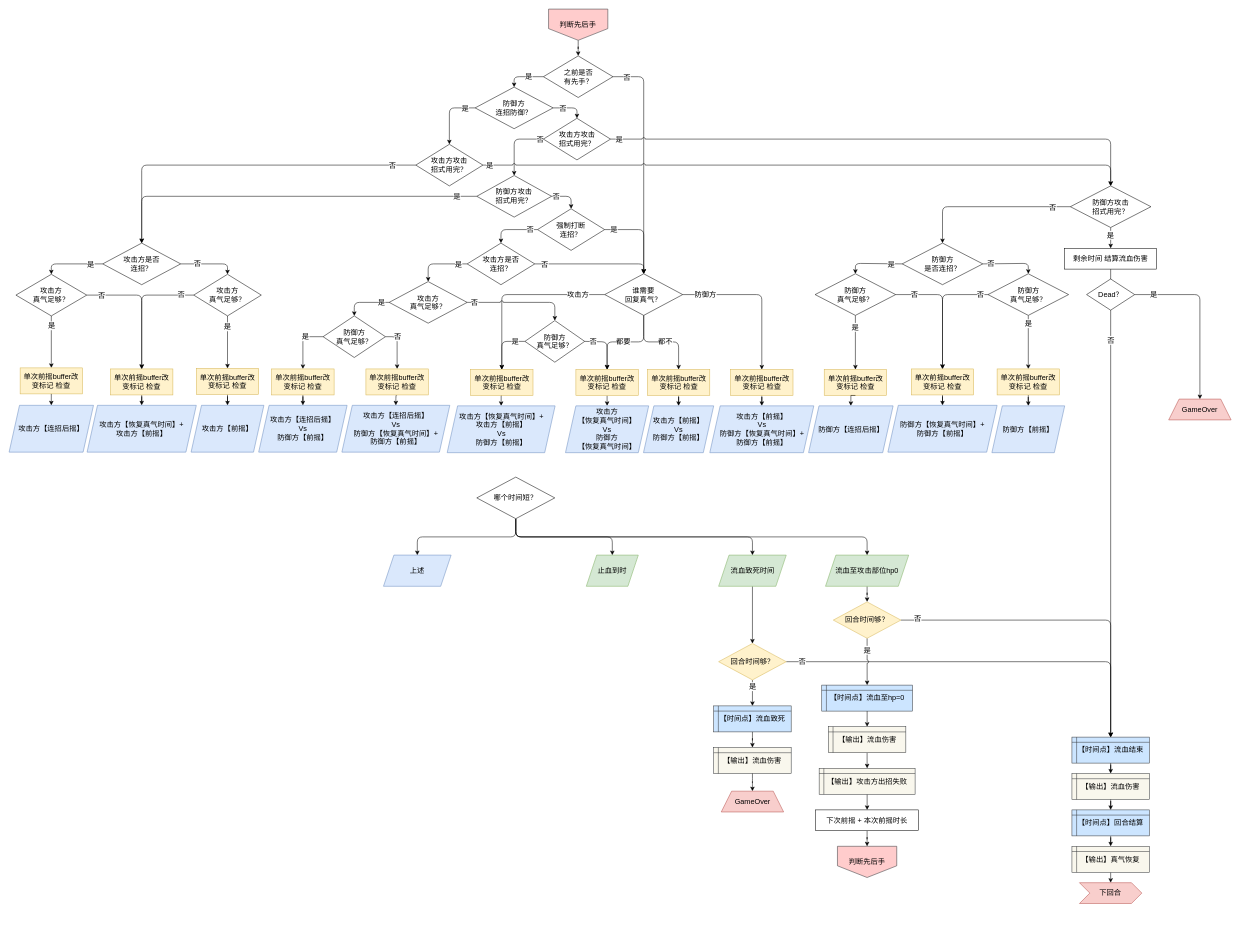
Before: plan/攻击流程.drawio in pealpool/kungfu, a draw.io diagram. Source tidied: cells renumbered, new cells numbered last; positions are measured from the earlier drawing's top-left corner, leaving out a move shared by most shapes. Both pictures are drawn from the tidied source at 52%, with x=0, y=0 at pixel (9, 9).
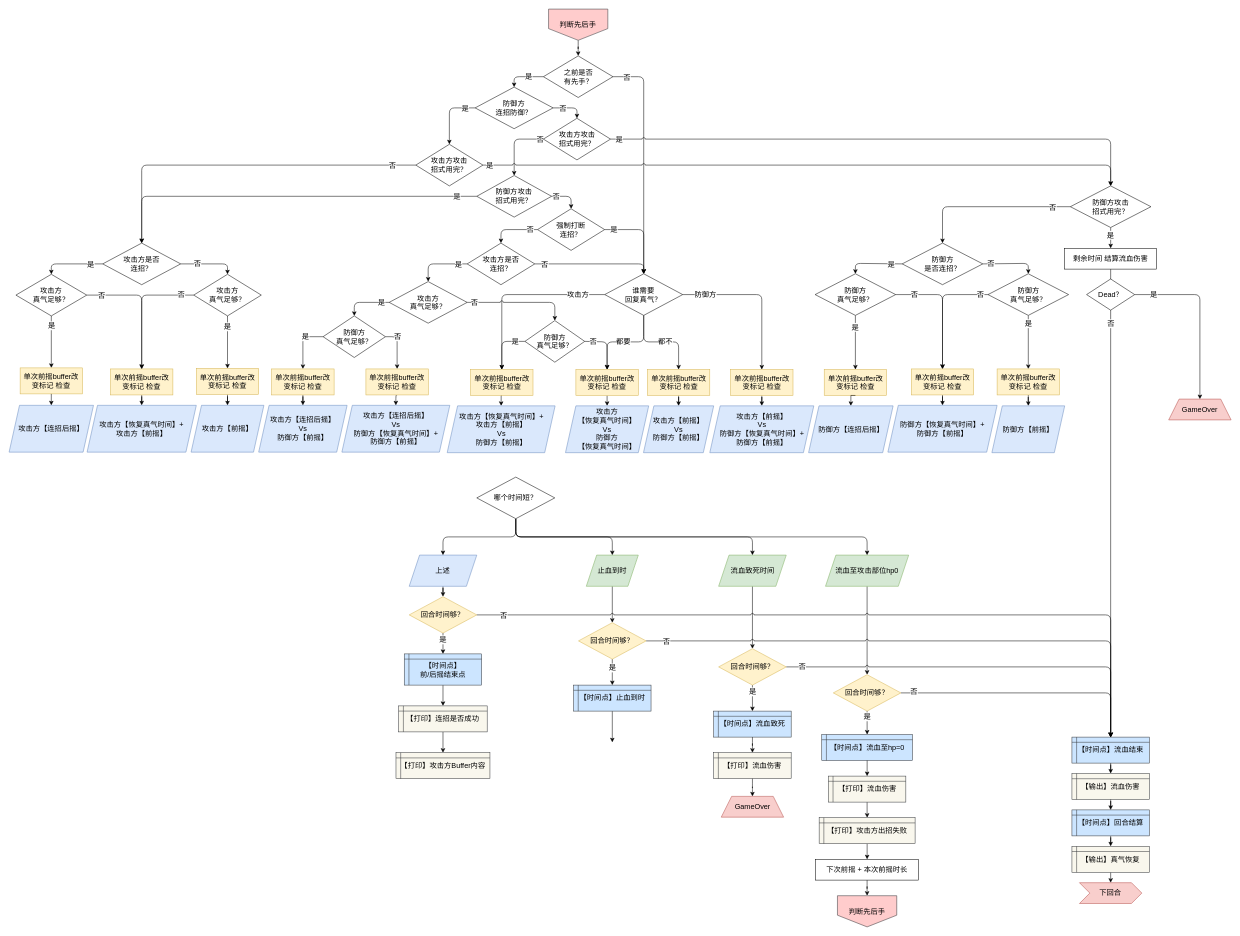
Above is the later version.

Unchanged cells that the change refers to:
```xml
<mxCell id="47" value="Dead？" style="rhombus;whiteSpace=wrap;html=1;fontSize=14;fontFamily=新宋体;" parent="1" vertex="1">
  <mxGeometry x="2072.1" y="519" width="92.5" height="60" as="geometry" />
</mxCell>
<mxCell id="133" value="止血到时" style="shape=parallelogram;perimeter=parallelogramPerimeter;whiteSpace=wrap;html=1;fixedSize=1;fontFamily=新宋体;fontSize=14;fillColor=#d5e8d4;strokeColor=#82b366;" parent="1" vertex="1">
  <mxGeometry x="1110" y="1050" width="100" height="60" as="geometry" />
</mxCell>
<mxCell id="160" value="【时间点】流血结束" style="shape=internalStorage;whiteSpace=wrap;html=1;backgroundOutline=1;fontFamily=新宋体;fontSize=14;dx=9;dy=10;fillColor=#cce5ff;strokeColor=#36393d;" parent="154" vertex="1">
  <mxGeometry width="149" height="50" as="geometry" />
</mxCell>
```

The edit, as a diff of the source:
```diff
@@
+    <mxCell id="175" style="edgeStyle=orthogonalEdgeStyle;rounded=0;jettySize=auto;html=1;fontFamily=新宋体;fontSize=14;" parent="1" edge="1" source="133" target="180">
+      <mxGeometry relative="1" as="geometry" />
+    </mxCell>
@@
+    <mxCell id="176" style="edgeStyle=orthogonalEdgeStyle;rounded=1;jumpStyle=arc;jettySize=auto;html=1;fontFamily=Helvetica;fontSize=14;" parent="1" edge="1" source="134" target="183">
+      <mxGeometry relative="1" as="geometry" />
+    </mxCell>
     <mxCell id="134" value="&lt;span style=&quot;font-size: 14px&quot;&gt;上述&lt;/span&gt;" style="shape=parallelogram;perimeter=parallelogramPerimeter;whiteSpace=wrap;html=1;fixedSize=1;fontFamily=新宋体;fontSize=14;fillColor=#dae8fc;strokeColor=#6c8ebf;" parent="1" vertex="1">
-      <mxGeometry x="720" y="1050" width="130" height="60" as="geometry" />
+      <mxGeometry x="769.4" y="1050" width="130" height="60" as="geometry" />
     </mxCell>
@@
     <mxCell id="140" value="否" style="edgeStyle=orthogonalEdgeStyle;rounded=1;jumpStyle=arc;jettySize=auto;html=1;fontFamily=新宋体;fontSize=14;entryX=0.5;entryY=0;entryDx=0;entryDy=0;exitX=1;exitY=0.5;exitDx=0;exitDy=0;" parent="1" edge="1" source="142" target="160">
       <mxGeometry x="-0.96" y="15" relative="1" as="geometry">
         <Array as="points">
-          <mxPoint x="2118" y="1255" />
+          <mxPoint x="2118" y="1265" />
         </Array>
         <mxPoint x="15" y="15" as="offset" />
       </mxGeometry>
     </mxCell>
@@
     <mxCell id="142" value="&lt;div style=&quot;font-size: 14px&quot;&gt;回合时间够？&lt;/div&gt;" style="rhombus;whiteSpace=wrap;html=1;fontSize=14;fontFamily=新宋体;fillColor=#fff2cc;strokeColor=#d6b656;" parent="1" vertex="1">
-      <mxGeometry x="1364.5" y="1220" width="130" height="70" as="geometry" />
+      <mxGeometry x="1364.5" y="1230" width="130" height="70" as="geometry" />
     </mxCell>
-    <mxCell id="143" style="edgeStyle=orthogonalEdgeStyle;rounded=1;comic=0;jumpStyle=arc;jumpSize=9;jettySize=auto;html=1;fontSize=14;fontFamily=新宋体;entryX=0.5;entryY=0;entryDx=0;entryDy=0;" parent="1" edge="1" source="47" target="160">
-      <mxGeometry relative="1" as="geometry">
-        <Array as="points">
-          <mxPoint x="2118" y="549" />
-        </Array>
-      </mxGeometry>
+    <mxCell id="143" style="edgeStyle=orthogonalEdgeStyle;rounded=1;comic=0;jumpStyle=arc;jumpSize=9;jettySize=auto;html=1;fontSize=14;fontFamily=新宋体;entryX=0.5;entryY=0;entryDx=0;entryDy=0;exitX=0.5;exitY=1;exitDx=0;exitDy=0;" parent="1" edge="1" source="47" target="160">
+      <mxGeometry relative="1" as="geometry" />
     </mxCell>
     <mxCell id="144" value="否" style="edgeLabel;html=1;align=center;verticalAlign=middle;fontSize=14;fontFamily=新宋体;" parent="143" vertex="1">
       <mxGeometry x="-0.65" y="-3" relative="1" as="geometry">
-        <mxPoint x="3" y="-86" as="offset" />
+        <mxPoint x="3.4" y="-118.8" as="offset" />
       </mxGeometry>
     </mxCell>
-    <mxCell id="145" value="【输出】流血伤害" style="shape=internalStorage;whiteSpace=wrap;html=1;backgroundOutline=1;fontFamily=新宋体;fontSize=14;dx=9;dy=10;fillColor=#f9f7ed;strokeColor=#36393d;" parent="1" vertex="1">
-      <mxGeometry x="1355" y="1420" width="149" height="50" as="geometry" />
+    <mxCell id="145" value="【打印】流血伤害" style="shape=internalStorage;whiteSpace=wrap;html=1;backgroundOutline=1;fontFamily=新宋体;fontSize=14;dx=9;dy=10;fillColor=#f9f7ed;strokeColor=#36393d;" parent="1" vertex="1">
+      <mxGeometry x="1355" y="1430" width="149" height="50" as="geometry" />
     </mxCell>
     <mxCell id="146" value="【时间点】流血致死" style="shape=internalStorage;whiteSpace=wrap;html=1;backgroundOutline=1;fontFamily=新宋体;fontSize=14;dx=9;dy=10;fillColor=#cce5ff;strokeColor=#36393d;" parent="1" vertex="1">
-      <mxGeometry x="1355" y="1340" width="149" height="50" as="geometry" />
+      <mxGeometry x="1355" y="1350" width="149" height="50" as="geometry" />
     </mxCell>
@@
     <mxCell id="149" value="GameOver" style="shape=trapezoid;perimeter=trapezoidPerimeter;whiteSpace=wrap;html=1;fixedSize=1;fillColor=#f8cecc;strokeColor=#b85450;fontFamily=新宋体;fontSize=14;" parent="1" vertex="1">
-      <mxGeometry x="1369.5" y="1504" width="120" height="40" as="geometry" />
+      <mxGeometry x="1369.5" y="1514" width="120" height="40" as="geometry" />
     </mxCell>
@@
     <mxCell id="153" value="&lt;div style=&quot;font-size: 14px&quot;&gt;回合时间够？&lt;/div&gt;" style="rhombus;whiteSpace=wrap;html=1;fontSize=14;fontFamily=新宋体;fillColor=#fff2cc;strokeColor=#d6b656;" parent="1" vertex="1">
-      <mxGeometry x="1585" y="1140" width="130" height="70" as="geometry" />
+      <mxGeometry x="1585" y="1280" width="130" height="70" as="geometry" />
     </mxCell>
-    <mxCell id="154" style="group;" parent="1" vertex="1">
+    <mxCell id="154" style="group;fontFamily=新宋体;fontSize=14;" parent="1" vertex="1">
       <mxGeometry x="2043.9" y="1400" width="149" height="320" as="geometry" />
     </mxCell>
@@
-    <mxCell id="165" value="【输出】流血伤害" style="shape=internalStorage;whiteSpace=wrap;html=1;backgroundOutline=1;fontFamily=新宋体;fontSize=14;dx=9;dy=10;fillColor=#f9f7ed;strokeColor=#36393d;" parent="1" vertex="1">
-      <mxGeometry x="1575.5" y="1380" width="149" height="50" as="geometry" />
+    <mxCell id="165" value="【打印】流血伤害" style="shape=internalStorage;whiteSpace=wrap;html=1;backgroundOutline=1;fontFamily=新宋体;fontSize=14;dx=9;dy=10;fillColor=#f9f7ed;strokeColor=#36393d;" parent="1" vertex="1">
+      <mxGeometry x="1575.5" y="1475" width="149" height="50" as="geometry" />
     </mxCell>
     <mxCell id="166" value="【时间点】流血至hp=0" style="shape=internalStorage;whiteSpace=wrap;html=1;backgroundOutline=1;fontFamily=新宋体;fontSize=14;dx=9;dy=10;fillColor=#cce5ff;strokeColor=#36393d;" parent="1" vertex="1">
-      <mxGeometry x="1562.8" y="1300" width="174.5" height="50" as="geometry" />
+      <mxGeometry x="1562.8" y="1395" width="174.5" height="50" as="geometry" />
     </mxCell>
@@
-    <mxCell id="169" value="【输出】攻击方出招失败" style="shape=internalStorage;whiteSpace=wrap;html=1;backgroundOutline=1;fontFamily=新宋体;fontSize=14;dx=9;dy=10;fillColor=#f9f7ed;strokeColor=#36393d;" parent="1" vertex="1">
-      <mxGeometry x="1557.8" y="1460" width="184.5" height="50" as="geometry" />
+    <mxCell id="169" value="【打印】攻击方出招失败" style="shape=internalStorage;whiteSpace=wrap;html=1;backgroundOutline=1;fontFamily=新宋体;fontSize=14;dx=9;dy=10;fillColor=#f9f7ed;strokeColor=#36393d;" parent="1" vertex="1">
+      <mxGeometry x="1557.8" y="1555" width="184.5" height="50" as="geometry" />
     </mxCell>
@@
     <mxCell id="171" value="下次前摇 + 本次前摇时长" style="whiteSpace=wrap;html=1;fontSize=14;fontFamily=新宋体;" parent="1" vertex="1">
-      <mxGeometry x="1550.8" y="1540" width="198.4" height="40" as="geometry" />
+      <mxGeometry x="1550.8" y="1635" width="198.4" height="40" as="geometry" />
     </mxCell>
@@
-    <mxCell id="173" value="&lt;span&gt;判断先后手&lt;/span&gt;" style="shape=offPageConnector;whiteSpace=wrap;html=1;fontFamily=新宋体;fontSize=14;fillColor=#ffcccc;strokeColor=#36393d;" parent="1" vertex="1">
+    <mxCell id="173" value="&lt;span style=&quot;font-size: 14px;&quot;&gt;判断先后手&lt;/span&gt;" style="shape=offPageConnector;whiteSpace=wrap;html=1;fontFamily=新宋体;fontSize=14;fillColor=#ffcccc;strokeColor=#36393d;" parent="1" vertex="1">
       <mxGeometry x="1037.4" width="114" height="60" as="geometry" />
     </mxCell>
-    <mxCell id="174" value="&lt;span&gt;判断先后手&lt;/span&gt;" style="shape=offPageConnector;whiteSpace=wrap;html=1;fontFamily=新宋体;fontSize=14;fillColor=#ffcccc;strokeColor=#36393d;" parent="1" vertex="1">
-      <mxGeometry x="1593" y="1610" width="114" height="60" as="geometry" />
+    <mxCell id="174" value="&lt;span style=&quot;font-size: 14px;&quot;&gt;判断先后手&lt;/span&gt;" style="shape=offPageConnector;whiteSpace=wrap;html=1;fontFamily=新宋体;fontSize=14;fillColor=#ffcccc;strokeColor=#36393d;" parent="1" vertex="1">
+      <mxGeometry x="1593" y="1705" width="114" height="60" as="geometry" />
     </mxCell>
+    <mxCell id="177" style="edgeStyle=orthogonalEdgeStyle;rounded=1;jettySize=auto;html=1;entryX=0.5;entryY=0;entryDx=0;entryDy=0;jumpStyle=arc;fontFamily=新宋体;fontSize=14;" parent="1" edge="1" source="180" target="160">
+      <mxGeometry relative="1" as="geometry" />
+    </mxCell>
+    <mxCell id="178" value="否" style="edgeLabel;html=1;align=center;verticalAlign=middle;fontFamily=新宋体;fontSize=14;" parent="177" vertex="1">
+      <mxGeometry x="-0.93" relative="1" as="geometry" />
+    </mxCell>
+    <mxCell id="179" value="是" style="edgeStyle=orthogonalEdgeStyle;rounded=1;jumpStyle=arc;jettySize=auto;html=1;fontSize=14;fontFamily=新宋体;" parent="1" edge="1" source="180" target="182">
+      <mxGeometry x="-0.33" relative="1" as="geometry" />
+    </mxCell>
+    <mxCell id="180" value="&lt;div style=&quot;font-size: 14px&quot;&gt;回合时间够？&lt;/div&gt;" style="rhombus;whiteSpace=wrap;html=1;fontSize=14;fontFamily=新宋体;fillColor=#fff2cc;strokeColor=#d6b656;" parent="1" vertex="1">
+      <mxGeometry x="1095" y="1180" width="130" height="70" as="geometry" />
+    </mxCell>
+    <mxCell id="181" style="edgeStyle=orthogonalEdgeStyle;rounded=1;jumpStyle=arc;jettySize=auto;html=1;fontFamily=Helvetica;fontSize=14;" parent="1" edge="1" source="182">
+      <mxGeometry relative="1" as="geometry">
+        <mxPoint x="1160" y="1410" as="targetPoint" />
+      </mxGeometry>
+    </mxCell>
+    <mxCell id="182" value="【时间点】止血到时" style="shape=internalStorage;whiteSpace=wrap;html=1;backgroundOutline=1;fontFamily=新宋体;fontSize=14;dx=9;dy=10;fillColor=#cce5ff;strokeColor=#36393d;" parent="1" vertex="1">
+      <mxGeometry x="1085.5" y="1300" width="149" height="50" as="geometry" />
+    </mxCell>
+    <mxCell id="183" value="&lt;div style=&quot;font-size: 14px&quot;&gt;回合时间够？&lt;/div&gt;" style="rhombus;whiteSpace=wrap;html=1;fontSize=14;fontFamily=新宋体;fillColor=#fff2cc;strokeColor=#d6b656;" parent="1" vertex="1">
+      <mxGeometry x="769.4" y="1130" width="130" height="70" as="geometry" />
+    </mxCell>
+    <mxCell id="184" style="edgeStyle=orthogonalEdgeStyle;rounded=1;jettySize=auto;html=1;entryX=0.5;entryY=0;entryDx=0;entryDy=0;jumpStyle=arc;fontFamily=新宋体;fontSize=14;" parent="1" edge="1" source="183" target="160">
+      <mxGeometry relative="1" as="geometry" />
+    </mxCell>
+    <mxCell id="185" value="否" style="edgeLabel;html=1;align=center;verticalAlign=middle;fontFamily=新宋体;fontSize=14;" parent="184" vertex="1">
+      <mxGeometry x="-0.93" relative="1" as="geometry" />
+    </mxCell>
+    <mxCell id="186" value="是" style="edgeStyle=orthogonalEdgeStyle;rounded=1;jumpStyle=arc;jettySize=auto;html=1;fontSize=14;fontFamily=新宋体;entryX=0.5;entryY=0;entryDx=0;entryDy=0;" parent="1" edge="1" source="183" target="188">
+      <mxGeometry x="-0.33" relative="1" as="geometry" />
+    </mxCell>
+    <mxCell id="187" style="edgeStyle=orthogonalEdgeStyle;rounded=1;jumpStyle=arc;jettySize=auto;html=1;fontFamily=Helvetica;fontSize=14;" parent="1" edge="1" source="188" target="190">
+      <mxGeometry relative="1" as="geometry" />
+    </mxCell>
+    <mxCell id="188" value="【时间点】&lt;br&gt;前/后摇结束点" style="shape=internalStorage;whiteSpace=wrap;html=1;backgroundOutline=1;fontFamily=新宋体;fontSize=14;dx=9;dy=10;fillColor=#cce5ff;strokeColor=#36393d;" parent="1" vertex="1">
+      <mxGeometry x="759.9" y="1240" width="149" height="60" as="geometry" />
+    </mxCell>
+    <mxCell id="189" style="edgeStyle=orthogonalEdgeStyle;rounded=1;jumpStyle=arc;jettySize=auto;html=1;fontFamily=Helvetica;fontSize=14;" parent="1" edge="1" source="190" target="191">
+      <mxGeometry relative="1" as="geometry" />
+    </mxCell>
+    <mxCell id="190" value="【打印】连招是否成功" style="shape=internalStorage;whiteSpace=wrap;html=1;backgroundOutline=1;fontFamily=新宋体;fontSize=14;dx=9;dy=10;fillColor=#f9f7ed;strokeColor=#36393d;" parent="1" vertex="1">
+      <mxGeometry x="749.3" y="1340" width="170.1" height="50" as="geometry" />
+    </mxCell>
+    <mxCell id="191" value="【打印】攻击方Buffer内容" style="shape=internalStorage;whiteSpace=wrap;html=1;backgroundOutline=1;fontFamily=新宋体;fontSize=14;dx=9;dy=10;fillColor=#f9f7ed;strokeColor=#36393d;" parent="1" vertex="1">
+      <mxGeometry x="744" y="1430" width="180.7" height="50" as="geometry" />
+    </mxCell>
```
